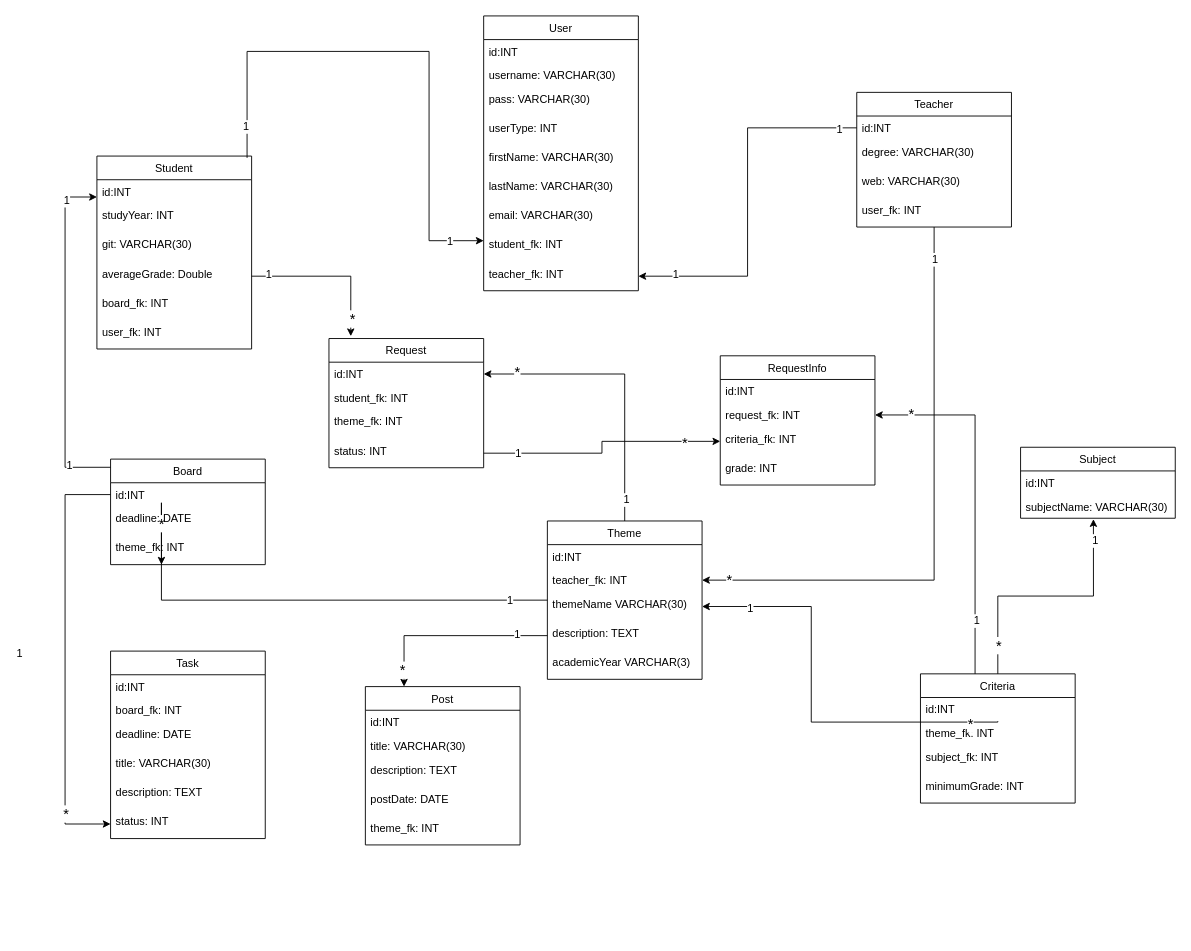
Earlier version of the draw.io diagram arhitecture/UMLDataBaseCore.drawio (KetanoTinca/TW). Source tidied: cells renumbered, new cells numbered last; positions are measured from the earlier drawing's top-left corner, leaving out a move shared by most shapes. Both pictures are drawn from the tidied source at 91%, with x=0, y=0 at pixel (65, 15).
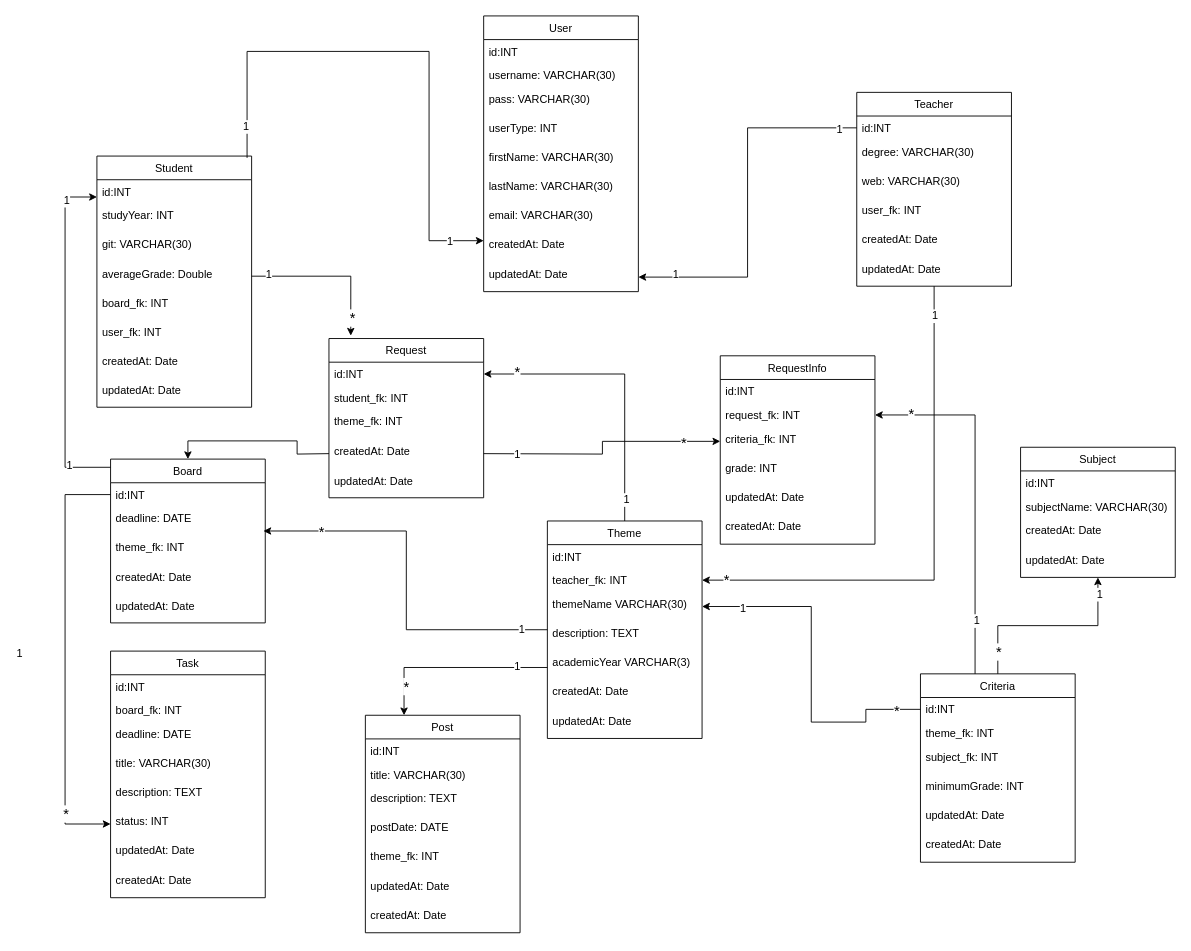
The same diagram, later.

Commit message (it also covers changes not shown here):
upgrade added lasttime and createdtime

Unchanged cells that the change refers to:
```xml
<mxCell id="42" value="themeName VARCHAR(30)" style="text;strokeColor=none;fillColor=none;align=left;verticalAlign=top;spacingLeft=4;spacingRight=4;overflow=hidden;points=[[0,0.5],[1,0.5]];portConstraint=eastwest;" parent="39" vertex="1">
  <mxGeometry y="78" width="170" height="32" as="geometry" />
</mxCell>
<mxCell id="43" value="description: TEXT" style="text;strokeColor=none;fillColor=none;align=left;verticalAlign=top;spacingLeft=4;spacingRight=4;overflow=hidden;points=[[0,0.5],[1,0.5]];portConstraint=eastwest;" parent="39" vertex="1">
  <mxGeometry y="110" width="170" height="32" as="geometry" />
</mxCell>
<mxCell id="51" value="theme_fk: INT" style="text;strokeColor=none;fillColor=none;align=left;verticalAlign=top;spacingLeft=4;spacingRight=4;overflow=hidden;points=[[0,0.5],[1,0.5]];portConstraint=eastwest;" parent="48" vertex="1">
  <mxGeometry y="84" width="170" height="32" as="geometry" />
</mxCell>
<mxCell id="69" value="id:INT" style="text;strokeColor=none;fillColor=none;align=left;verticalAlign=top;spacingLeft=4;spacingRight=4;overflow=hidden;points=[[0,0.5],[1,0.5]];portConstraint=eastwest;" parent="68" vertex="1">
  <mxGeometry y="26" width="170" height="26" as="geometry" />
</mxCell>
<mxCell id="78" value="subjectName: VARCHAR(30)" style="text;strokeColor=none;fillColor=none;align=left;verticalAlign=top;spacingLeft=4;spacingRight=4;overflow=hidden;points=[[0,0.5],[1,0.5]];portConstraint=eastwest;" parent="76" vertex="1">
  <mxGeometry y="52" width="170" height="26" as="geometry" />
</mxCell>
<mxCell id="82" value="criteria_fk: INT" style="text;strokeColor=none;fillColor=none;align=left;verticalAlign=top;spacingLeft=4;spacingRight=4;overflow=hidden;points=[[0,0.5],[1,0.5]];portConstraint=eastwest;" parent="79" vertex="1">
  <mxGeometry y="78" width="170" height="32" as="geometry" />
</mxCell>
```

Diff of the diagram source:
```diff
@@
     <mxCell id="2" value="User" style="swimlane;fontStyle=0;horizontal=1;startSize=26;fillColor=none;" parent="1" vertex="1">
-      <mxGeometry x="460" width="170" height="302" as="geometry" />
+      <mxGeometry x="460" width="170" height="303" as="geometry" />
     </mxCell>
@@
-    <mxCell id="10" value="student_fk: INT" style="text;strokeColor=none;fillColor=none;align=left;verticalAlign=top;spacingLeft=4;spacingRight=4;overflow=hidden;" parent="2" vertex="1">
-      <mxGeometry y="238" width="170" height="32" as="geometry" />
+    <mxCell id="10" value="createdAt: Date" style="text;strokeColor=none;fillColor=none;align=left;verticalAlign=top;spacingLeft=4;spacingRight=4;overflow=hidden;" parent="2" vertex="1">
+      <mxGeometry y="238" width="170" height="33" as="geometry" />
     </mxCell>
-    <mxCell id="11" value="teacher_fk: INT" style="text;strokeColor=none;fillColor=none;align=left;verticalAlign=top;spacingLeft=4;spacingRight=4;overflow=hidden;points=[[0,0.5],[1,0.5]];portConstraint=eastwest;" parent="2" vertex="1">
-      <mxGeometry y="270" width="170" height="32" as="geometry" />
+    <mxCell id="11" value="updatedAt: Date" style="text;strokeColor=none;fillColor=none;align=left;verticalAlign=top;spacingLeft=4;spacingRight=4;overflow=hidden;points=[[0,0.5],[1,0.5]];portConstraint=eastwest;" parent="2" vertex="1">
+      <mxGeometry y="271" width="170" height="32" as="geometry" />
     </mxCell>
@@
     <mxCell id="15" value="Student" style="swimlane;fontStyle=0;horizontal=1;startSize=26;fillColor=none;" parent="1" vertex="1">
-      <mxGeometry x="35" y="154" width="170" height="212" as="geometry" />
+      <mxGeometry x="35" y="154" width="170" height="276" as="geometry" />
     </mxCell>
@@
+    <mxCell id="104" value="createdAt: Date" style="text;strokeColor=none;fillColor=none;align=left;verticalAlign=top;spacingLeft=4;spacingRight=4;overflow=hidden;" parent="15" vertex="1">
+      <mxGeometry y="212" width="170" height="32" as="geometry" />
+    </mxCell>
+    <mxCell id="105" value="updatedAt: Date" style="text;strokeColor=none;fillColor=none;align=left;verticalAlign=top;spacingLeft=4;spacingRight=4;overflow=hidden;" parent="15" vertex="1">
+      <mxGeometry y="244" width="170" height="32" as="geometry" />
+    </mxCell>
@@
     <mxCell id="25" value="Teacher" style="swimlane;fontStyle=0;horizontal=1;startSize=26;fillColor=none;" parent="1" vertex="1">
-      <mxGeometry x="870" y="84" width="170" height="148" as="geometry" />
+      <mxGeometry x="870" y="84" width="170" height="213" as="geometry" />
     </mxCell>
@@
+    <mxCell id="106" value="createdAt: Date" style="text;strokeColor=none;fillColor=none;align=left;verticalAlign=top;spacingLeft=4;spacingRight=4;overflow=hidden;" parent="25" vertex="1">
+      <mxGeometry y="148" width="170" height="33" as="geometry" />
+    </mxCell>
+    <mxCell id="107" value="updatedAt: Date" style="text;strokeColor=none;fillColor=none;align=left;verticalAlign=top;spacingLeft=4;spacingRight=4;overflow=hidden;" parent="25" vertex="1">
+      <mxGeometry y="181" width="170" height="32" as="geometry" />
+    </mxCell>
@@
-    <mxCell id="33" style="edgeStyle=orthogonalEdgeStyle;rounded=0;jettySize=auto;html=1;entryX=0.329;entryY=1;entryDx=0;entryDy=0;entryPerimeter=0;" parent="1" edge="1" source="39" target="51">
+    <mxCell id="33" style="edgeStyle=orthogonalEdgeStyle;rounded=0;jettySize=auto;html=1;entryX=0.988;entryY=-0.156;entryDx=0;entryDy=0;entryPerimeter=0;" parent="1" edge="1" source="39" target="51">
       <mxGeometry relative="1" as="geometry" />
     </mxCell>
@@
     <mxCell id="39" value="Theme" style="swimlane;fontStyle=0;horizontal=1;startSize=26;fillColor=none;" parent="1" vertex="1">
-      <mxGeometry x="530" y="555" width="170" height="174" as="geometry" />
+      <mxGeometry x="530" y="555" width="170" height="239" as="geometry" />
     </mxCell>
@@
+    <mxCell id="108" value="createdAt: Date" style="text;strokeColor=none;fillColor=none;align=left;verticalAlign=top;spacingLeft=4;spacingRight=4;overflow=hidden;" parent="39" vertex="1">
+      <mxGeometry y="174" width="170" height="33" as="geometry" />
+    </mxCell>
+    <mxCell id="109" value="updatedAt: Date" style="text;strokeColor=none;fillColor=none;align=left;verticalAlign=top;spacingLeft=4;spacingRight=4;overflow=hidden;" parent="39" vertex="1">
+      <mxGeometry y="207" width="170" height="32" as="geometry" />
+    </mxCell>
@@
     <mxCell id="48" value="Board" style="swimlane;fontStyle=0;horizontal=1;startSize=26;fillColor=none;" parent="1" vertex="1">
-      <mxGeometry x="50" y="487" width="170" height="116" as="geometry" />
+      <mxGeometry x="50" y="487" width="170" height="180" as="geometry" />
     </mxCell>
@@
+    <mxCell id="110" value="createdAt: Date" style="text;strokeColor=none;fillColor=none;align=left;verticalAlign=top;spacingLeft=4;spacingRight=4;overflow=hidden;" parent="48" vertex="1">
+      <mxGeometry y="116" width="170" height="32" as="geometry" />
+    </mxCell>
+    <mxCell id="111" value="updatedAt: Date" style="text;strokeColor=none;fillColor=none;align=left;verticalAlign=top;spacingLeft=4;spacingRight=4;overflow=hidden;" parent="48" vertex="1">
+      <mxGeometry y="148" width="170" height="32" as="geometry" />
+    </mxCell>
     <mxCell id="52" value="Task" style="swimlane;fontStyle=0;horizontal=1;startSize=26;fillColor=none;" parent="1" vertex="1">
-      <mxGeometry x="50" y="698" width="170" height="206" as="geometry" />
+      <mxGeometry x="50" y="698" width="170" height="271" as="geometry" />
     </mxCell>
@@
+    <mxCell id="112" value="updatedAt: Date" style="text;strokeColor=none;fillColor=none;align=left;verticalAlign=top;spacingLeft=4;spacingRight=4;overflow=hidden;" parent="52" vertex="1">
+      <mxGeometry y="206" width="170" height="32" as="geometry" />
+    </mxCell>
+    <mxCell id="113" value="createdAt: Date" style="text;strokeColor=none;fillColor=none;align=left;verticalAlign=top;spacingLeft=4;spacingRight=4;overflow=hidden;" parent="52" vertex="1">
+      <mxGeometry y="238" width="170" height="33" as="geometry" />
+    </mxCell>
@@
-    <mxCell id="62" style="edgeStyle=orthogonalEdgeStyle;rounded=0;jettySize=auto;html=1;entryX=0.471;entryY=1.038;entryDx=0;entryDy=0;entryPerimeter=0;" parent="1" edge="1" source="68" target="78">
+    <mxCell id="62" style="edgeStyle=orthogonalEdgeStyle;rounded=0;jettySize=auto;html=1;" parent="1" edge="1" source="68" target="76">
       <mxGeometry relative="1" as="geometry" />
     </mxCell>
@@
     <mxCell id="68" value="Criteria" style="swimlane;fontStyle=0;horizontal=1;startSize=26;fillColor=none;" parent="1" vertex="1">
-      <mxGeometry x="940" y="723" width="170" height="142" as="geometry" />
+      <mxGeometry x="940" y="723" width="170" height="207" as="geometry" />
     </mxCell>
@@
+    <mxCell id="114" value="updatedAt: Date" style="text;strokeColor=none;fillColor=none;align=left;verticalAlign=top;spacingLeft=4;spacingRight=4;overflow=hidden;" parent="68" vertex="1">
+      <mxGeometry y="142" width="170" height="32" as="geometry" />
+    </mxCell>
+    <mxCell id="115" value="createdAt: Date" style="text;strokeColor=none;fillColor=none;align=left;verticalAlign=top;spacingLeft=4;spacingRight=4;overflow=hidden;" parent="68" vertex="1">
+      <mxGeometry y="174" width="170" height="33" as="geometry" />
+    </mxCell>
-    <mxCell id="73" style="edgeStyle=orthogonalEdgeStyle;rounded=0;jettySize=auto;html=1;" parent="1" edge="1" source="69" target="42">
+    <mxCell id="73" style="edgeStyle=orthogonalEdgeStyle;rounded=0;jettySize=auto;html=1;" parent="1" edge="1" source="68" target="42">
       <mxGeometry relative="1" as="geometry">
         <Array as="points">
-          <mxPoint x="1025" y="776" />
+          <mxPoint x="880" y="762" />
+          <mxPoint x="880" y="776" />
           <mxPoint x="820" y="776" />
           <mxPoint x="820" y="649" />
         </Array>
       </mxGeometry>
     </mxCell>
@@
     <mxCell id="76" value="Subject" style="swimlane;fontStyle=0;horizontal=1;startSize=26;fillColor=none;" parent="1" vertex="1">
-      <mxGeometry x="1050" y="474" width="170" height="78" as="geometry" />
+      <mxGeometry x="1050" y="474" width="170" height="143" as="geometry" />
     </mxCell>
@@
+    <mxCell id="116" value="createdAt: Date" style="text;strokeColor=none;fillColor=none;align=left;verticalAlign=top;spacingLeft=4;spacingRight=4;overflow=hidden;" parent="76" vertex="1">
+      <mxGeometry y="78" width="170" height="33" as="geometry" />
+    </mxCell>
+    <mxCell id="117" value="updatedAt: Date" style="text;strokeColor=none;fillColor=none;align=left;verticalAlign=top;spacingLeft=4;spacingRight=4;overflow=hidden;" parent="76" vertex="1">
+      <mxGeometry y="111" width="170" height="32" as="geometry" />
+    </mxCell>
     <mxCell id="79" value="RequestInfo" style="swimlane;fontStyle=0;horizontal=1;startSize=26;fillColor=none;" parent="1" vertex="1">
-      <mxGeometry x="720" y="373.5" width="170" height="142" as="geometry" />
+      <mxGeometry x="720" y="373.5" width="170" height="207" as="geometry" />
     </mxCell>
@@
+    <mxCell id="118" value="updatedAt: Date" style="text;strokeColor=none;fillColor=none;align=left;verticalAlign=top;spacingLeft=4;spacingRight=4;overflow=hidden;" parent="79" vertex="1">
+      <mxGeometry y="142" width="170" height="32" as="geometry" />
+    </mxCell>
+    <mxCell id="119" value="createdAt: Date" style="text;strokeColor=none;fillColor=none;align=left;verticalAlign=top;spacingLeft=4;spacingRight=4;overflow=hidden;" parent="79" vertex="1">
+      <mxGeometry y="174" width="170" height="33" as="geometry" />
+    </mxCell>
     <mxCell id="84" value="Request" style="swimlane;fontStyle=0;horizontal=1;startSize=26;fillColor=none;" parent="1" vertex="1">
-      <mxGeometry x="290" y="354.5" width="170" height="142" as="geometry" />
+      <mxGeometry x="290" y="354.5" width="170" height="175" as="geometry" />
     </mxCell>
@@
-    <mxCell id="88" value="status: INT" style="text;strokeColor=none;fillColor=none;align=left;verticalAlign=top;spacingLeft=4;spacingRight=4;overflow=hidden;points=[[0,0.5],[1,0.5]];portConstraint=eastwest;" parent="84" vertex="1">
-      <mxGeometry y="110" width="170" height="32" as="geometry" />
-    </mxCell>
+    <mxCell id="120" value="createdAt: Date" style="text;strokeColor=none;fillColor=none;align=left;verticalAlign=top;spacingLeft=4;spacingRight=4;overflow=hidden;" parent="84" vertex="1">
+      <mxGeometry y="110" width="170" height="33" as="geometry" />
+    </mxCell>
+    <mxCell id="121" value="updatedAt: Date" style="text;strokeColor=none;fillColor=none;align=left;verticalAlign=top;spacingLeft=4;spacingRight=4;overflow=hidden;" parent="84" vertex="1">
+      <mxGeometry y="143" width="170" height="32" as="geometry" />
+    </mxCell>
@@
-    <mxCell id="92" style="edgeStyle=orthogonalEdgeStyle;rounded=0;jettySize=auto;html=1;entryX=0;entryY=0.5;entryDx=0;entryDy=0;" parent="1" edge="1" source="88" target="82">
-      <mxGeometry relative="1" as="geometry" />
+    <mxCell id="92" style="edgeStyle=orthogonalEdgeStyle;rounded=0;jettySize=auto;html=1;entryX=0;entryY=0.5;entryDx=0;entryDy=0;" parent="1" edge="1" target="82">
+      <mxGeometry relative="1" as="geometry">
+        <mxPoint x="460" y="481" as="sourcePoint" />
+      </mxGeometry>
     </mxCell>
@@
     <mxCell id="95" value="Post" style="swimlane;fontStyle=0;horizontal=1;startSize=26;fillColor=none;" parent="1" vertex="1">
-      <mxGeometry x="330" y="737" width="170" height="174" as="geometry" />
+      <mxGeometry x="330" y="768.5" width="170" height="239" as="geometry" />
     </mxCell>
@@
+    <mxCell id="122" value="updatedAt: Date" style="text;strokeColor=none;fillColor=none;align=left;verticalAlign=top;spacingLeft=4;spacingRight=4;overflow=hidden;" parent="95" vertex="1">
+      <mxGeometry y="174" width="170" height="32" as="geometry" />
+    </mxCell>
+    <mxCell id="123" value="createdAt: Date" style="text;strokeColor=none;fillColor=none;align=left;verticalAlign=top;spacingLeft=4;spacingRight=4;overflow=hidden;" parent="95" vertex="1">
+      <mxGeometry y="206" width="170" height="33" as="geometry" />
+    </mxCell>
-    <mxCell id="101" style="edgeStyle=orthogonalEdgeStyle;rounded=0;jettySize=auto;html=1;entryX=0.25;entryY=0;entryDx=0;entryDy=0;" parent="1" edge="1" source="43" target="95">
+    <mxCell id="101" style="edgeStyle=orthogonalEdgeStyle;rounded=0;jettySize=auto;html=1;entryX=0.25;entryY=0;entryDx=0;entryDy=0;" parent="1" edge="1" source="39" target="95">
       <mxGeometry relative="1" as="geometry">
         <Array as="points">
-          <mxPoint x="373" y="681" />
+          <mxPoint x="373" y="716" />
         </Array>
       </mxGeometry>
     </mxCell>
@@
     <mxCell id="103" value="&lt;font style=&quot;font-size: 16px&quot;&gt;*&lt;/font&gt;" style="text;html=1;align=center;verticalAlign=middle;labelBackgroundColor=#ffffff;" parent="101" vertex="1">
-      <mxGeometry x="0.83" y="-2" relative="1" as="geometry" />
+      <mxGeometry x="0.83" y="-2" relative="1" as="geometry">
+        <mxPoint x="4" y="-14" as="offset" />
+      </mxGeometry>
     </mxCell>
+    <mxCell id="124" style="edgeStyle=orthogonalEdgeStyle;rounded=0;jettySize=auto;html=1;" parent="1" edge="1" target="48">
+      <mxGeometry relative="1" as="geometry">
+        <mxPoint x="290" y="481" as="sourcePoint" />
+      </mxGeometry>
+    </mxCell>
```
